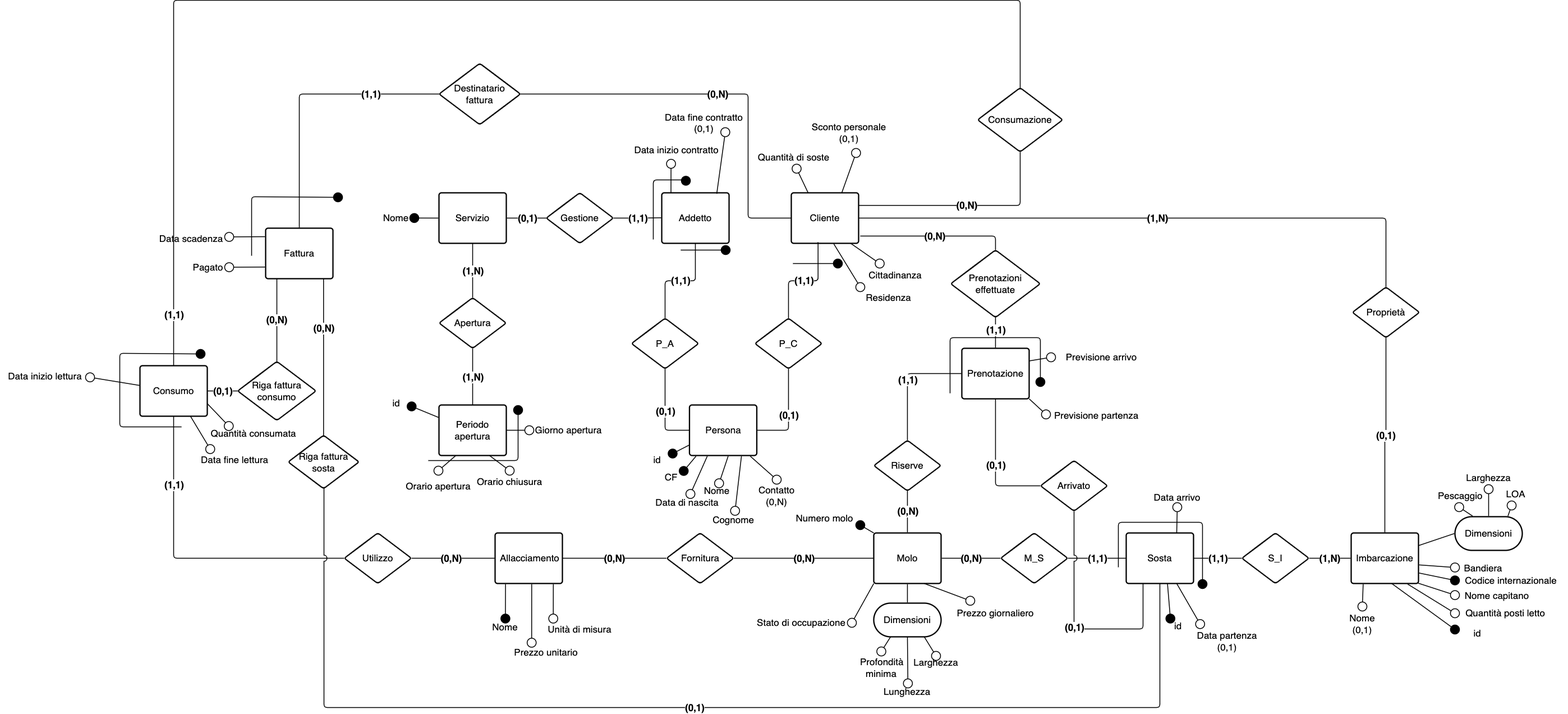
Above: src_relazione_tex/img/erlogico.png in alessandro-massarenti/Progetto-basi-di-dati-2022 (draw.io), before the change. Source tidied: cells renumbered, new cells last; positions are measured from the earlier drawing's top-left corner, leaving out a move shared by most shapes.
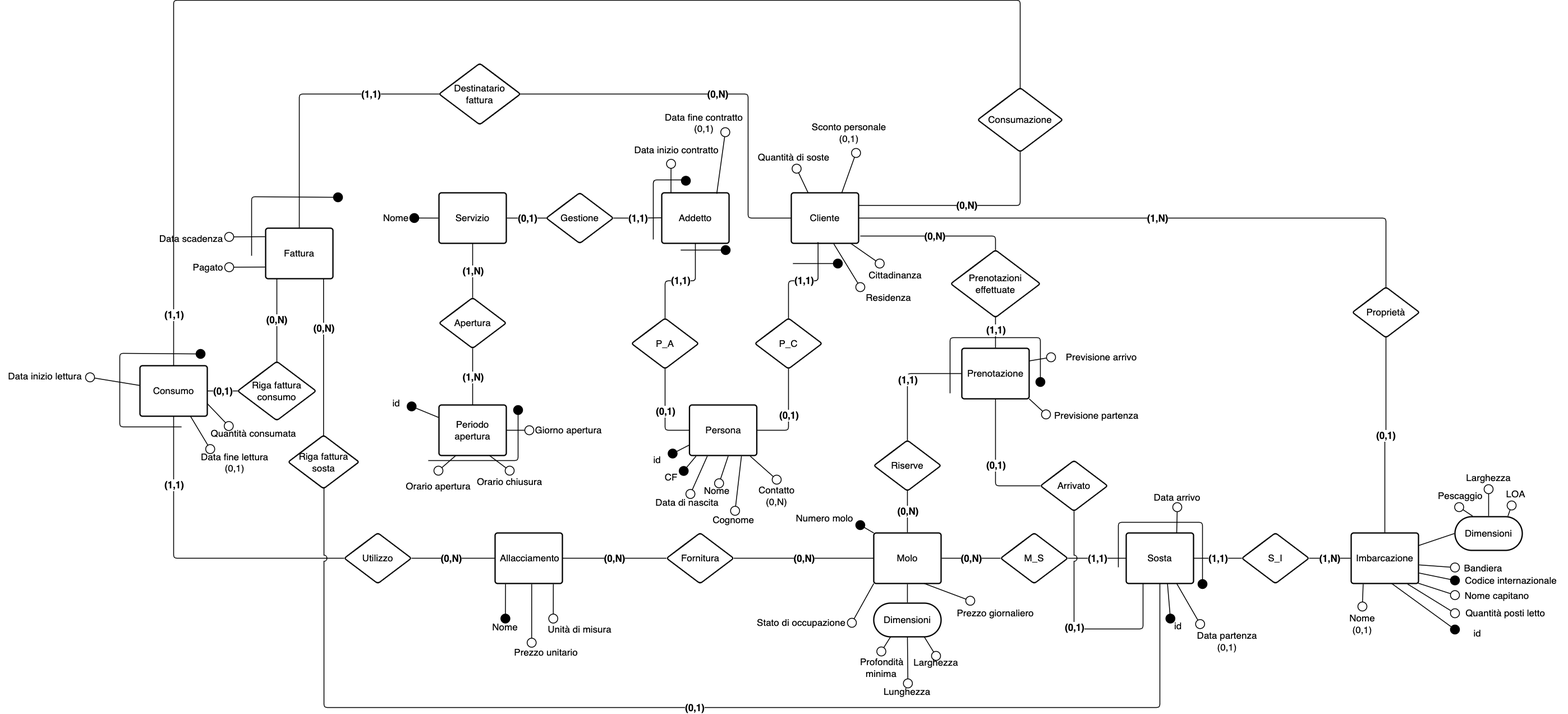
The same file after the commit.

Change to the diagram source:
```diff
@@ -62,7 +62,7 @@
     <mxCell id="21" value="Stato di occupazione" style="html=1;overflow=block;blockSpacing=1;whiteSpace=wrap;fontSize=17;fontColor=#000000;spacing=0;fillColor=none;strokeWidth=1.5;strokeColor=none;" parent="1" vertex="1">
       <mxGeometry x="1338" y="1094" width="180" height="30" as="geometry" />
     </mxCell>
-    <mxCell id="22" value="Data fine lettura" style="html=1;overflow=block;blockSpacing=1;whiteSpace=wrap;fontSize=17;fontColor=#000000;spacing=0;fillColor=none;strokeWidth=1.5;strokeColor=none;" parent="1" vertex="1">
+    <mxCell id="22" value="Data fine lettura&lt;br&gt;(0,1)" style="html=1;overflow=block;blockSpacing=1;whiteSpace=wrap;fontSize=17;fontColor=#000000;spacing=0;fillColor=none;strokeWidth=1.5;strokeColor=none;" parent="1" vertex="1">
       <mxGeometry x="353" y="802.5" width="130" height="32" as="geometry" />
     </mxCell>
     <mxCell id="23" value="Nome" style="html=1;overflow=block;blockSpacing=1;whiteSpace=wrap;fontSize=17;fontColor=#000000;spacing=0;fillColor=none;strokeWidth=1.5;strokeColor=none;" parent="1" vertex="1">
```
